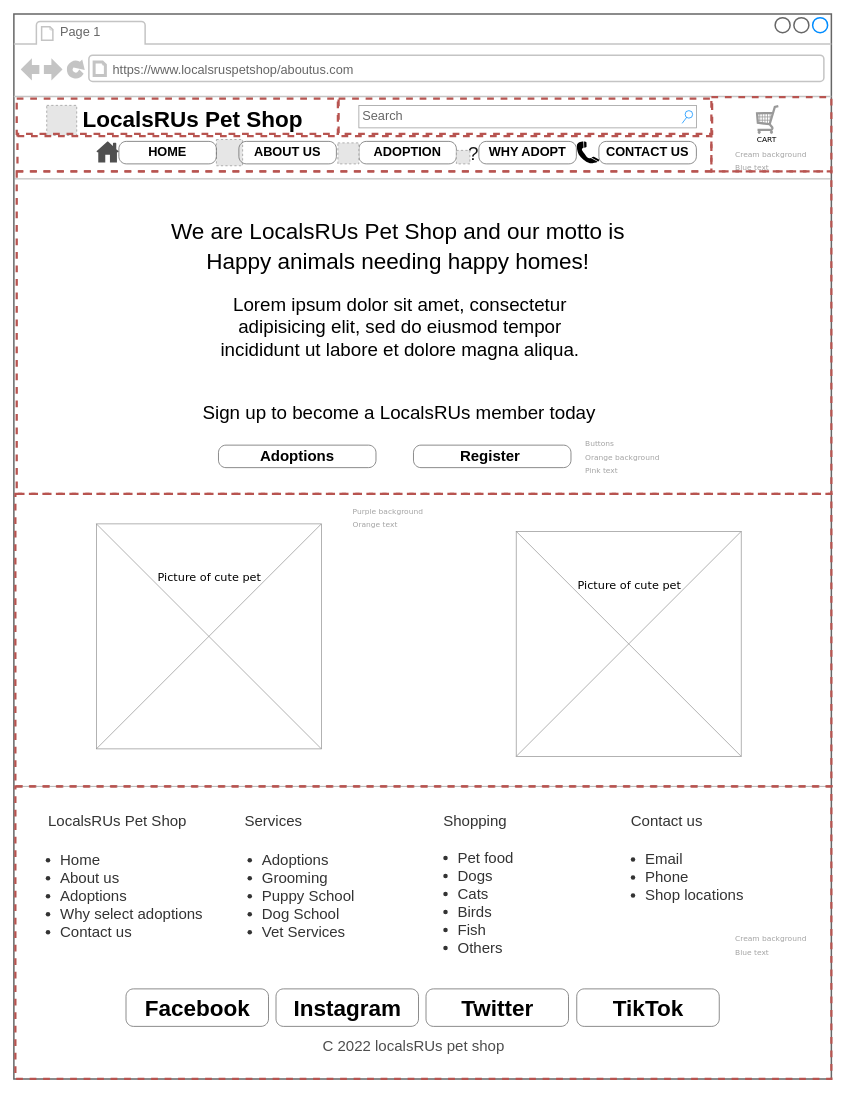
This is page "About us Page" (4 of 10) of Untitled Diagram.drawio from Oenghuswalsh/ICTWEB431-OenghusWalsh, a draw.io file, before an edit. Source tidied: cells renumbered, new cells numbered last; positions are measured from the earlier drawing's top-left corner, leaving out a move shared by most shapes. Both pictures are drawn from the tidied source at 75%, with x=0, y=0 at pixel (14, 14). Pictures stored in the file or linked from it are replaced by grey dashed boxes.
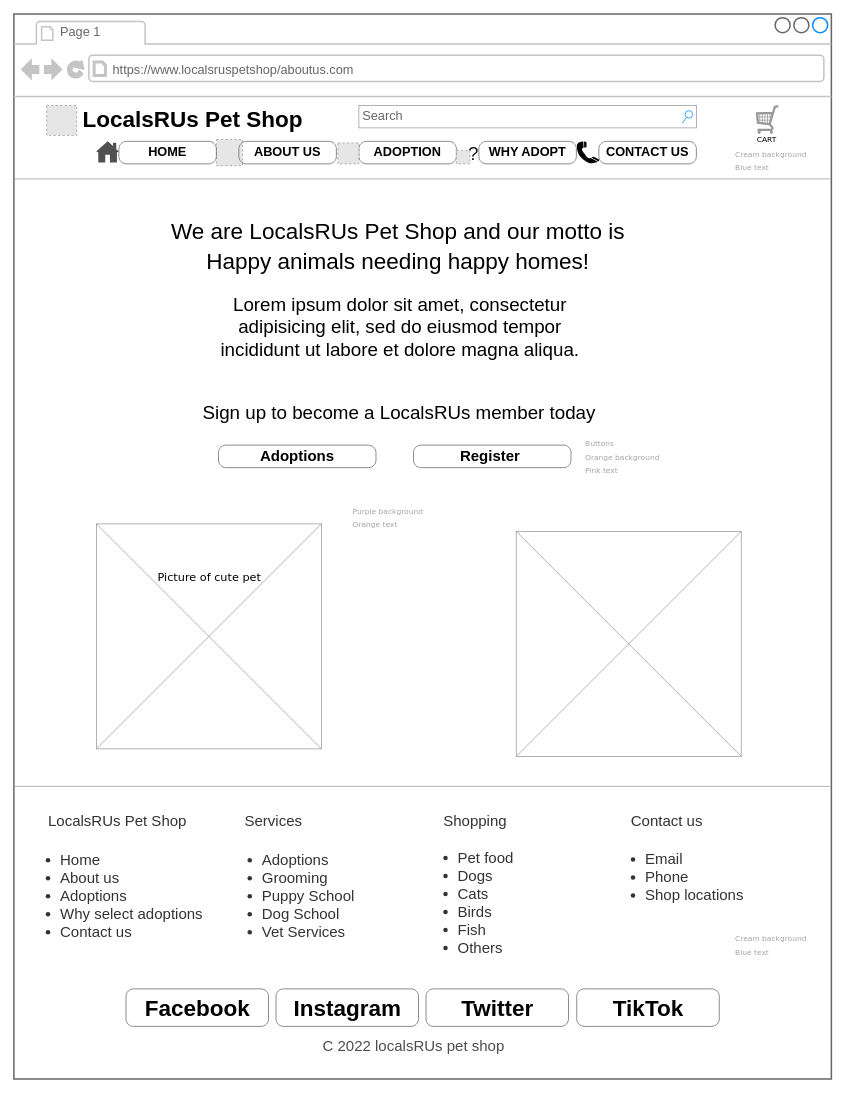
Above is the later version.

Unchanged cells that the change refers to:
```xml
<mxCell id="2" style="strokeWidth=2;shadow=0;dashed=0;align=center;html=1;shape=mxgraph.mockup.containers.browserWindow;rSize=0;strokeColor=#666666;mainText=,;rounded=0;labelBackgroundColor=none;fontFamily=Verdana;fontSize=12;fillColor=none;" parent="1" vertex="1">
  <mxGeometry width="1090" height="1420" as="geometry" />
</mxCell>
<mxCell id="11" style="group;" parent="2" vertex="1">
  <mxGeometry x="110" y="680" width="980" height="390" as="geometry" />
</mxCell>
```

What changed in the source:
```diff
@@
-    <mxCell id="14" style="rounded=0;whiteSpace=wrap;html=1;fontSize=32;fillColor=none;gradientColor=#ea6b66;strokeColor=#b85450;dashed=1;strokeWidth=3;" parent="11" vertex="1">
-      <mxGeometry x="-108" y="-40" width="1088" height="390" as="geometry" />
-    </mxCell>
@@
-    <mxCell id="56" style="group;" parent="2" vertex="1">
-      <mxGeometry x="670.2" y="690" width="300" height="300" as="geometry" />
-    </mxCell>
-    <mxCell id="57" value="Picture of cute pet" style="text;html=1;align=left;verticalAlign=top;spacingTop=-4;fontSize=15;fontFamily=Verdana;" parent="56" vertex="1">
-      <mxGeometry x="80" y="60" width="170" height="30" as="geometry" />
-    </mxCell>
@@
-    <mxCell id="60" style="rounded=0;whiteSpace=wrap;html=1;fontSize=32;fillColor=none;gradientColor=#ea6b66;strokeColor=#b85450;dashed=1;strokeWidth=3;" parent="2" vertex="1">
-      <mxGeometry x="3.8" y="113" width="428.2" height="47" as="geometry" />
-    </mxCell>
-    <mxCell id="61" style="rounded=0;whiteSpace=wrap;html=1;fontSize=32;fillColor=none;gradientColor=#ea6b66;strokeColor=#b85450;dashed=1;strokeWidth=3;" parent="2" vertex="1">
-      <mxGeometry x="433" y="113" width="498" height="47" as="geometry" />
-    </mxCell>
-    <mxCell id="62" style="rounded=0;whiteSpace=wrap;html=1;fontSize=32;fillColor=none;gradientColor=#ea6b66;strokeColor=#b85450;dashed=1;strokeWidth=3;" parent="2" vertex="1">
-      <mxGeometry x="4.8" y="163" width="925.2" height="47" as="geometry" />
-    </mxCell>
-    <mxCell id="63" style="rounded=0;whiteSpace=wrap;html=1;fontSize=32;fillColor=none;gradientColor=#ea6b66;strokeColor=#b85450;dashed=1;strokeWidth=3;" parent="2" vertex="1">
-      <mxGeometry x="3.8" y="210" width="1086.2" height="430" as="geometry" />
-    </mxCell>
-    <mxCell id="64" style="rounded=0;whiteSpace=wrap;html=1;fontSize=32;fillColor=none;gradientColor=#ea6b66;strokeColor=#b85450;dashed=1;strokeWidth=3;" parent="2" vertex="1">
-      <mxGeometry x="2" y="1030" width="1088" height="390" as="geometry" />
-    </mxCell>
-    <mxCell id="65" style="rounded=0;whiteSpace=wrap;html=1;fontSize=32;fillColor=none;gradientColor=#ea6b66;strokeColor=#b85450;dashed=1;strokeWidth=3;" parent="1" vertex="1">
-      <mxGeometry x="930" y="111" width="160" height="99" as="geometry" />
-    </mxCell>
```
